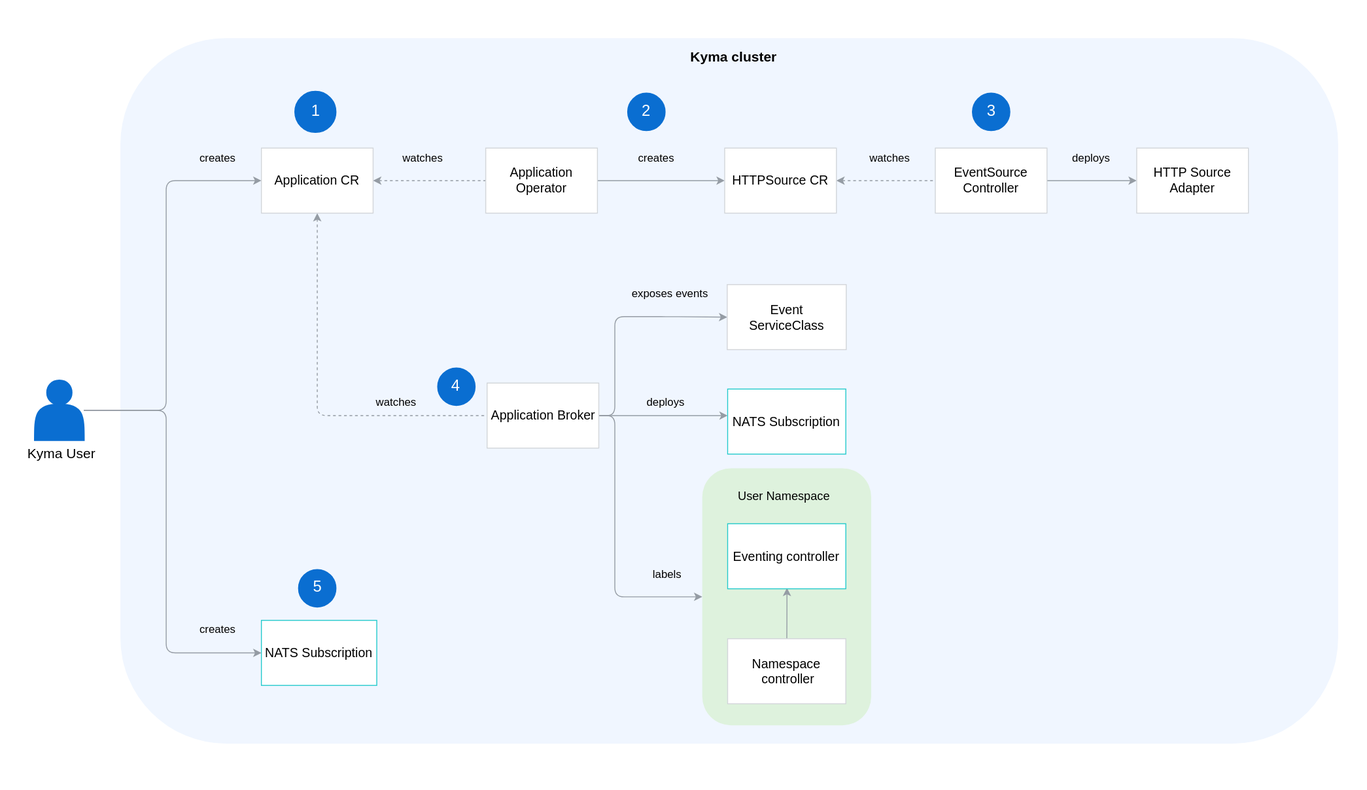
Before: docs/05-technical-reference/03-architecture/assets/evnt-architecture.svg, a diagram exported from draw.io (kyma-project/kyma). Source tidied: cells renumbered, new cells last; positions are measured from the earlier drawing's top-left corner, leaving out a move shared by most shapes.
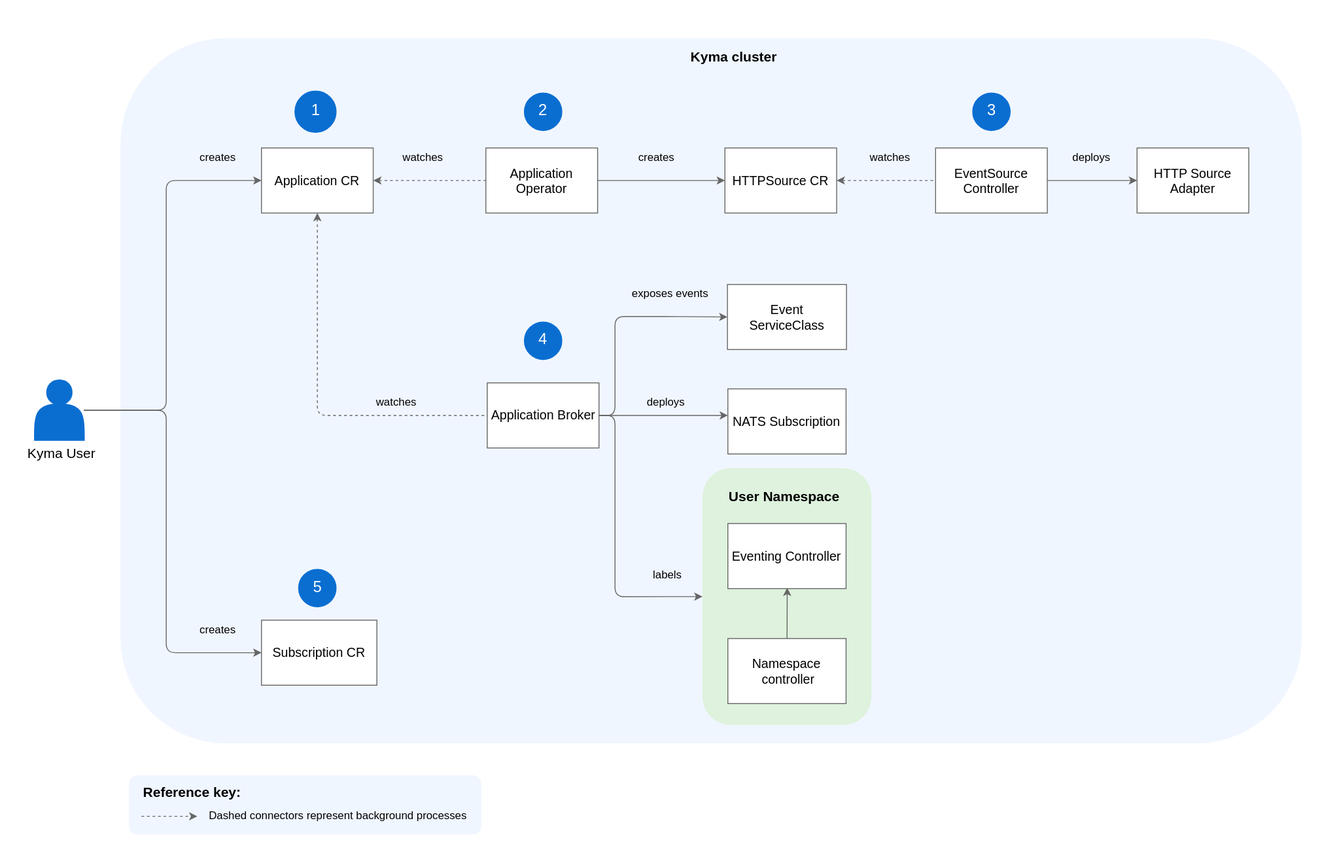
The same file after the commit.

Diff of the diagram source:
```diff
@@ -3,10 +3,10 @@
     <mxCell id="0" />
     <mxCell id="1" parent="0" />
     <mxCell id="2" style="rounded=0;whiteSpace=wrap;html=1;verticalAlign=top;fontSize=18;strokeWidth=2;strokeColor=none;" parent="1" vertex="1">
-      <mxGeometry width="1490" height="860" as="geometry" />
+      <mxGeometry width="1460" height="940" as="geometry" />
     </mxCell>
     <mxCell id="3" style="rounded=1;whiteSpace=wrap;html=1;fillColor=#F0F6FF;strokeColor=none;" parent="1" vertex="1">
-      <mxGeometry x="130" y="40" width="1330" height="770" as="geometry" />
+      <mxGeometry x="130" y="40" width="1290" height="770" as="geometry" />
     </mxCell>
     <mxCell id="4" style="rounded=1;whiteSpace=wrap;html=1;verticalAlign=top;fillColor=#DEF2DD;arcSize=17;strokeColor=none;" parent="1" vertex="1">
       <mxGeometry x="765.5" y="509.5" width="184.5" height="280.5" as="geometry" />
@@ -32,23 +32,23 @@
     <mxCell id="9" value="&lt;font style=&quot;font-size: 15px&quot;&gt;Kyma User&lt;/font&gt;" style="text;html=1;strokeColor=none;fillColor=none;align=center;verticalAlign=middle;whiteSpace=wrap;rounded=0;" parent="7" vertex="1">
       <mxGeometry x="6.2" y="69.5" width="100" height="20" as="geometry" />
     </mxCell>
-    <mxCell id="10" style="edgeStyle=orthogonalEdgeStyle;rounded=1;jettySize=auto;html=1;startArrow=classic;startFill=1;endArrow=none;endFill=0;dashed=1;strokeColor=#959CA4;exitX=0.5;exitY=1;exitDx=0;exitDy=0;entryX=0;entryY=0.5;entryDx=0;entryDy=0;" parent="1" edge="1" source="12" target="16">
+    <mxCell id="10" style="edgeStyle=orthogonalEdgeStyle;rounded=1;jettySize=auto;html=1;startArrow=classic;startFill=1;endArrow=none;endFill=0;dashed=1;exitX=0.5;exitY=1;exitDx=0;exitDy=0;entryX=0;entryY=0.5;entryDx=0;entryDy=0;strokeColor=#666666;" parent="1" edge="1" source="12" target="16">
       <mxGeometry relative="1" as="geometry">
         <Array as="points">
           <mxPoint x="345" y="452" />
         </Array>
       </mxGeometry>
     </mxCell>
-    <mxCell id="11" style="edgeStyle=orthogonalEdgeStyle;rounded=1;jettySize=auto;html=1;startArrow=classic;startFill=1;endArrow=none;endFill=0;entryX=0;entryY=0.5;entryDx=0;entryDy=0;dashed=1;strokeColor=#959CA4;" parent="1" edge="1" source="12" target="22">
+    <mxCell id="11" style="edgeStyle=orthogonalEdgeStyle;rounded=1;jettySize=auto;html=1;startArrow=classic;startFill=1;endArrow=none;endFill=0;entryX=0;entryY=0.5;entryDx=0;entryDy=0;dashed=1;strokeColor=#666666;" parent="1" edge="1" source="12" target="22">
       <mxGeometry relative="1" as="geometry" />
     </mxCell>
-    <mxCell id="12" value="&lt;font style=&quot;font-size: 14px&quot;&gt;Application CR&lt;/font&gt;" style="rounded=0;whiteSpace=wrap;html=1;strokeColor=#D2D5D9;strokeWidth=1;fillColor=#ffffff;fontSize=14;" parent="1" vertex="1">
+    <mxCell id="12" value="&lt;font style=&quot;font-size: 14px&quot;&gt;Application CR&lt;/font&gt;" style="rounded=0;whiteSpace=wrap;html=1;strokeWidth=1;fillColor=#ffffff;fontSize=14;strokeColor=#666666;" parent="1" vertex="1">
       <mxGeometry x="284" y="160" width="122" height="71" as="geometry" />
     </mxCell>
-    <mxCell id="13" style="edgeStyle=orthogonalEdgeStyle;rounded=1;jettySize=auto;html=1;startArrow=none;startFill=0;endArrow=classic;endFill=1;strokeColor=#959CA4;entryX=0;entryY=0.408;entryDx=0;entryDy=0;entryPerimeter=0;" parent="1" edge="1" source="16" target="17">
+    <mxCell id="13" style="edgeStyle=orthogonalEdgeStyle;rounded=1;jettySize=auto;html=1;startArrow=none;startFill=0;endArrow=classic;endFill=1;entryX=0;entryY=0.408;entryDx=0;entryDy=0;entryPerimeter=0;strokeColor=#666666;" parent="1" edge="1" source="16" target="17">
       <mxGeometry relative="1" as="geometry" />
     </mxCell>
-    <mxCell id="14" style="edgeStyle=orthogonalEdgeStyle;rounded=1;jettySize=auto;html=1;entryX=0;entryY=0.5;entryDx=0;entryDy=0;startArrow=none;startFill=0;strokeColor=#959CA4;" parent="1" edge="1" source="16" target="18">
+    <mxCell id="14" style="edgeStyle=orthogonalEdgeStyle;rounded=1;jettySize=auto;html=1;entryX=0;entryY=0.5;entryDx=0;entryDy=0;startArrow=none;startFill=0;strokeColor=#666666;" parent="1" edge="1" source="16" target="18">
       <mxGeometry relative="1" as="geometry">
         <Array as="points">
           <mxPoint x="670" y="452" />
@@ -57,7 +57,7 @@
         </Array>
       </mxGeometry>
     </mxCell>
-    <mxCell id="15" style="edgeStyle=orthogonalEdgeStyle;rounded=1;jettySize=auto;html=1;entryX=0;entryY=0.5;entryDx=0;entryDy=0;strokeColor=#959CA4;" parent="1" edge="1" source="16" target="4">
+    <mxCell id="15" style="edgeStyle=orthogonalEdgeStyle;rounded=1;jettySize=auto;html=1;entryX=0;entryY=0.5;entryDx=0;entryDy=0;strokeColor=#666666;" parent="1" edge="1" source="16" target="4">
       <mxGeometry relative="1" as="geometry">
         <Array as="points">
           <mxPoint x="670" y="452" />
@@ -65,34 +65,34 @@
         </Array>
       </mxGeometry>
     </mxCell>
-    <mxCell id="16" value="&lt;font style=&quot;font-size: 14px;&quot;&gt;Application Broker&lt;/font&gt;" style="rounded=0;whiteSpace=wrap;html=1;strokeColor=#D2D5D9;strokeWidth=1;fillColor=#ffffff;fontSize=14;" parent="1" vertex="1">
+    <mxCell id="16" value="&lt;font style=&quot;font-size: 14px;&quot;&gt;Application Broker&lt;/font&gt;" style="rounded=0;whiteSpace=wrap;html=1;strokeWidth=1;fillColor=#ffffff;fontSize=14;strokeColor=#666666;" parent="1" vertex="1">
       <mxGeometry x="530.5" y="416.5" width="122" height="71" as="geometry" />
     </mxCell>
-    <mxCell id="17" value="&lt;font style=&quot;font-size: 14px&quot;&gt;NATS Subscription&lt;/font&gt;" style="rounded=0;whiteSpace=wrap;html=1;strokeColor=#24CACC;strokeWidth=1;fillColor=#ffffff;fontSize=14;" parent="1" vertex="1">
+    <mxCell id="17" value="&lt;font style=&quot;font-size: 14px&quot;&gt;NATS Subscription&lt;/font&gt;" style="rounded=0;whiteSpace=wrap;html=1;strokeWidth=1;fillColor=#ffffff;fontSize=14;strokeColor=#666666;" parent="1" vertex="1">
       <mxGeometry x="793.2" y="423" width="129.1" height="71" as="geometry" />
     </mxCell>
-    <mxCell id="18" value="Event&lt;br&gt;ServiceClass" style="rounded=0;whiteSpace=wrap;html=1;strokeColor=#D2D5D9;strokeWidth=1;fillColor=#ffffff;fontSize=14;" parent="1" vertex="1">
+    <mxCell id="18" value="Event&lt;br&gt;ServiceClass" style="rounded=0;whiteSpace=wrap;html=1;strokeWidth=1;fillColor=#ffffff;fontSize=14;strokeColor=#666666;" parent="1" vertex="1">
       <mxGeometry x="792.8" y="309" width="130" height="71" as="geometry" />
     </mxCell>
-    <mxCell id="19" value="&lt;font style=&quot;font-size: 14px&quot;&gt;NATS Subscription&lt;/font&gt;" style="rounded=0;whiteSpace=wrap;html=1;strokeColor=#24CACC;strokeWidth=1;fillColor=#ffffff;fontSize=14;" parent="1" vertex="1">
+    <mxCell id="19" value="&lt;font style=&quot;font-size: 14px&quot;&gt;Subscription CR&lt;/font&gt;" style="rounded=0;whiteSpace=wrap;html=1;strokeWidth=1;fillColor=#ffffff;fontSize=14;strokeColor=#666666;" parent="1" vertex="1">
       <mxGeometry x="284" y="675.5" width="126" height="71" as="geometry" />
     </mxCell>
     <mxCell id="20" value="watches" style="text;html=1;align=center;verticalAlign=middle;" parent="1" vertex="1">
       <mxGeometry x="400.9" y="427.8" width="60" height="20" as="geometry" />
     </mxCell>
-    <mxCell id="21" style="edgeStyle=orthogonalEdgeStyle;rounded=1;jettySize=auto;html=1;startArrow=none;startFill=0;endArrow=classic;endFill=1;strokeColor=#959CA4;" parent="1" edge="1" source="22" target="24">
+    <mxCell id="21" style="edgeStyle=orthogonalEdgeStyle;rounded=1;jettySize=auto;html=1;startArrow=none;startFill=0;endArrow=classic;endFill=1;strokeColor=#666666;" parent="1" edge="1" source="22" target="24">
       <mxGeometry relative="1" as="geometry" />
     </mxCell>
-    <mxCell id="22" value="&lt;font style=&quot;font-size: 14px;&quot;&gt;Application&lt;br style=&quot;font-size: 14px;&quot;&gt;Operator&lt;br style=&quot;font-size: 14px;&quot;&gt;&lt;/font&gt;" style="rounded=0;whiteSpace=wrap;html=1;strokeColor=#D2D5D9;strokeWidth=1;fillColor=#ffffff;fontSize=14;" parent="1" vertex="1">
+    <mxCell id="22" value="&lt;font style=&quot;font-size: 14px;&quot;&gt;Application&lt;br style=&quot;font-size: 14px;&quot;&gt;Operator&lt;br style=&quot;font-size: 14px;&quot;&gt;&lt;/font&gt;" style="rounded=0;whiteSpace=wrap;html=1;strokeWidth=1;fillColor=#ffffff;fontSize=14;strokeColor=#666666;" parent="1" vertex="1">
       <mxGeometry x="529" y="160" width="122" height="71" as="geometry" />
     </mxCell>
-    <mxCell id="23" style="edgeStyle=orthogonalEdgeStyle;rounded=1;jettySize=auto;html=1;startArrow=classic;startFill=1;endArrow=none;endFill=0;dashed=1;strokeColor=#959CA4;" parent="1" edge="1" source="24" target="26">
+    <mxCell id="23" style="edgeStyle=orthogonalEdgeStyle;rounded=1;jettySize=auto;html=1;startArrow=classic;startFill=1;endArrow=none;endFill=0;dashed=1;strokeColor=#666666;" parent="1" edge="1" source="24" target="26">
       <mxGeometry relative="1" as="geometry" />
     </mxCell>
-    <mxCell id="24" value="&lt;font style=&quot;font-size: 14px&quot;&gt;HTTPSource CR&lt;br style=&quot;font-size: 14px&quot;&gt;&lt;/font&gt;" style="rounded=0;whiteSpace=wrap;html=1;strokeColor=#D2D5D9;strokeWidth=1;fillColor=#ffffff;fontSize=14;" parent="1" vertex="1">
+    <mxCell id="24" value="&lt;font style=&quot;font-size: 14px&quot;&gt;HTTPSource CR&lt;br style=&quot;font-size: 14px&quot;&gt;&lt;/font&gt;" style="rounded=0;whiteSpace=wrap;html=1;strokeWidth=1;fillColor=#ffffff;fontSize=14;strokeColor=#666666;" parent="1" vertex="1">
       <mxGeometry x="790" y="160" width="122" height="71" as="geometry" />
     </mxCell>
-    <mxCell id="25" style="edgeStyle=orthogonalEdgeStyle;rounded=1;jettySize=auto;html=1;startArrow=none;startFill=0;endArrow=classic;endFill=1;strokeColor=#959CA4;" parent="1" edge="1" source="26" target="29">
+    <mxCell id="25" style="edgeStyle=orthogonalEdgeStyle;rounded=1;jettySize=auto;html=1;startArrow=none;startFill=0;endArrow=classic;endFill=1;strokeColor=#666666;" parent="1" edge="1" source="26" target="29">
       <mxGeometry relative="1" as="geometry">
         <Array as="points">
           <mxPoint x="1290" y="196" />
@@ -100,7 +100,7 @@
         </Array>
       </mxGeometry>
     </mxCell>
-    <mxCell id="26" value="&lt;font style=&quot;font-size: 14px&quot;&gt;EventSource Controller&lt;br style=&quot;font-size: 14px&quot;&gt;&lt;/font&gt;" style="rounded=0;whiteSpace=wrap;html=1;strokeColor=#D2D5D9;strokeWidth=1;fillColor=#ffffff;fontSize=14;" parent="1" vertex="1">
+    <mxCell id="26" value="&lt;font style=&quot;font-size: 14px&quot;&gt;EventSource Controller&lt;br style=&quot;font-size: 14px&quot;&gt;&lt;/font&gt;" style="rounded=0;whiteSpace=wrap;html=1;strokeWidth=1;fillColor=#ffffff;fontSize=14;strokeColor=#666666;" parent="1" vertex="1">
       <mxGeometry x="1020" y="160" width="122" height="71" as="geometry" />
     </mxCell>
     <mxCell id="27" value="creates" style="text;html=1;align=center;verticalAlign=middle;" parent="1" vertex="1">
@@ -109,7 +109,7 @@
     <mxCell id="28" value="watches" style="text;html=1;align=center;verticalAlign=middle;strokeColor=none;" parent="1" vertex="1">
       <mxGeometry x="940" y="161" width="60" height="20" as="geometry" />
     </mxCell>
-    <mxCell id="29" value="&lt;font style=&quot;font-size: 14px&quot;&gt;HTTP Source Adapter&lt;br style=&quot;font-size: 14px&quot;&gt;&lt;/font&gt;" style="rounded=0;whiteSpace=wrap;html=1;strokeColor=#D2D5D9;strokeWidth=1;fillColor=#ffffff;fontSize=14;" parent="1" vertex="1">
+    <mxCell id="29" value="&lt;font style=&quot;font-size: 14px&quot;&gt;HTTP Source Adapter&lt;br style=&quot;font-size: 14px&quot;&gt;&lt;/font&gt;" style="rounded=0;whiteSpace=wrap;html=1;strokeWidth=1;fillColor=#ffffff;fontSize=14;strokeColor=#666666;" parent="1" vertex="1">
       <mxGeometry x="1240" y="160" width="122" height="71" as="geometry" />
     </mxCell>
     <mxCell id="30" value="creates" style="text;html=1;align=center;verticalAlign=middle;" parent="1" vertex="1">
@@ -121,15 +121,15 @@
     <mxCell id="32" value="deploys&amp;nbsp;" style="text;html=1;align=center;verticalAlign=middle;" parent="1" vertex="1">
       <mxGeometry x="697" y="427.8" width="60" height="20" as="geometry" />
     </mxCell>
-    <mxCell id="33" style="edgeStyle=orthogonalEdgeStyle;rounded=1;jettySize=auto;html=1;strokeColor=#959CA4;startArrow=classic;startFill=1;endArrow=none;endFill=0;" parent="1" edge="1" target="35">
+    <mxCell id="33" style="edgeStyle=orthogonalEdgeStyle;rounded=1;jettySize=auto;html=1;startArrow=classic;startFill=1;endArrow=none;endFill=0;strokeColor=#666666;" parent="1" edge="1" target="35">
       <mxGeometry relative="1" as="geometry">
         <mxPoint x="858" y="640" as="sourcePoint" />
       </mxGeometry>
     </mxCell>
-    <mxCell id="34" value="&lt;font style=&quot;font-size: 14px&quot;&gt;Eventing controller&lt;/font&gt;" style="rounded=0;whiteSpace=wrap;html=1;strokeColor=#24CACC;strokeWidth=1;fillColor=#ffffff;fontSize=14;" parent="1" vertex="1">
+    <mxCell id="34" value="&lt;font style=&quot;font-size: 14px&quot;&gt;Eventing Controller&lt;/font&gt;" style="rounded=0;whiteSpace=wrap;html=1;strokeWidth=1;fillColor=#ffffff;fontSize=14;strokeColor=#666666;" parent="1" vertex="1">
       <mxGeometry x="793.2" y="570" width="129.1" height="71" as="geometry" />
     </mxCell>
-    <mxCell id="35" value="&lt;font style=&quot;font-size: 14px&quot;&gt;Namespace&lt;br&gt;&amp;nbsp;controller&lt;/font&gt;" style="rounded=0;whiteSpace=wrap;html=1;strokeColor=#D2D5D9;strokeWidth=1;fillColor=#ffffff;fontSize=14;" parent="1" vertex="1">
+    <mxCell id="35" value="&lt;font style=&quot;font-size: 14px&quot;&gt;Namespace&lt;br&gt;&amp;nbsp;controller&lt;/font&gt;" style="rounded=0;whiteSpace=wrap;html=1;strokeWidth=1;fillColor=#ffffff;fontSize=14;strokeColor=#666666;" parent="1" vertex="1">
       <mxGeometry x="793.2" y="695.5" width="129.1" height="71" as="geometry" />
     </mxCell>
     <mxCell id="36" value="labels" style="text;html=1;align=center;verticalAlign=middle;" parent="1" vertex="1">
@@ -142,7 +142,7 @@
       <mxGeometry x="320.5" y="98" width="45" height="45" as="geometry" />
     </mxCell>
     <mxCell id="39" value="&lt;div style=&quot;text-align: center&quot;&gt;&lt;span style=&quot;color: rgb(255 , 255 , 255)&quot;&gt;&lt;font style=&quot;font-size: 17px&quot;&gt;2&lt;/font&gt;&lt;/span&gt;&lt;/div&gt;" style="ellipse;whiteSpace=wrap;html=1;strokeColor=#0A6ED1;strokeWidth=1;fillColor=#0A6ED1;direction=south;" parent="1" vertex="1">
-      <mxGeometry x="684" y="100" width="40.9" height="40.9" as="geometry" />
+      <mxGeometry x="571" y="100" width="40.9" height="40.9" as="geometry" />
     </mxCell>
     <mxCell id="40" value="deploys" style="text;html=1;align=center;verticalAlign=middle;" parent="1" vertex="1">
       <mxGeometry x="1160" y="161" width="60" height="20" as="geometry" />
@@ -154,12 +154,12 @@
       <mxGeometry x="210.9" y="675.5" width="50" height="20" as="geometry" />
     </mxCell>
     <mxCell id="43" value="&lt;div style=&quot;text-align: center&quot;&gt;&lt;span style=&quot;color: rgb(255 , 255 , 255)&quot;&gt;&lt;font style=&quot;font-size: 17px&quot;&gt;4&lt;/font&gt;&lt;/span&gt;&lt;/div&gt;" style="ellipse;whiteSpace=wrap;html=1;strokeColor=#0A6ED1;strokeWidth=1;fillColor=#0A6ED1;direction=south;" parent="1" vertex="1">
-      <mxGeometry x="476.5" y="400" width="40.9" height="40.9" as="geometry" />
+      <mxGeometry x="571" y="350" width="40.9" height="40.9" as="geometry" />
     </mxCell>
     <mxCell id="44" value="&lt;div style=&quot;text-align: center&quot;&gt;&lt;span style=&quot;color: rgb(255 , 255 , 255)&quot;&gt;&lt;font style=&quot;font-size: 17px&quot;&gt;5&lt;/font&gt;&lt;/span&gt;&lt;/div&gt;" style="ellipse;whiteSpace=wrap;html=1;strokeColor=#0A6ED1;strokeWidth=1;fillColor=#0A6ED1;direction=south;" parent="1" vertex="1">
       <mxGeometry x="324.5" y="620" width="40.9" height="40.9" as="geometry" />
     </mxCell>
-    <mxCell id="45" style="edgeStyle=orthogonalEdgeStyle;rounded=1;jettySize=auto;html=1;entryX=0;entryY=0.5;entryDx=0;entryDy=0;fontSize=18;strokeColor=#959CA4;" parent="1" edge="1" source="8" target="19">
+    <mxCell id="45" style="edgeStyle=orthogonalEdgeStyle;rounded=1;jettySize=auto;html=1;entryX=0;entryY=0.5;entryDx=0;entryDy=0;fontSize=18;strokeColor=#666666;" parent="1" edge="1" source="8" target="19">
       <mxGeometry relative="1" as="geometry">
         <Array as="points">
           <mxPoint x="180" y="446" />
@@ -167,7 +167,7 @@
         </Array>
       </mxGeometry>
     </mxCell>
-    <mxCell id="46" style="edgeStyle=orthogonalEdgeStyle;rounded=1;jettySize=auto;html=1;entryX=0;entryY=0.5;entryDx=0;entryDy=0;fontSize=18;strokeColor=#959CA4;" parent="1" edge="1" source="8" target="12">
+    <mxCell id="46" style="edgeStyle=orthogonalEdgeStyle;rounded=1;jettySize=auto;html=1;entryX=0;entryY=0.5;entryDx=0;entryDy=0;fontSize=18;strokeColor=#666666;" parent="1" edge="1" source="8" target="12">
       <mxGeometry relative="1" as="geometry">
         <Array as="points">
           <mxPoint x="180" y="446" />
@@ -178,8 +178,23 @@
     <mxCell id="47" value="&lt;font style=&quot;font-size: 15px&quot;&gt;&lt;b&gt;Kyma cluster&lt;/b&gt;&lt;/font&gt;" style="text;html=1;strokeColor=none;fillColor=none;align=center;verticalAlign=middle;whiteSpace=wrap;rounded=0;" parent="1" vertex="1">
       <mxGeometry x="700" y="50" width="200" height="20" as="geometry" />
     </mxCell>
-    <mxCell id="48" value="&lt;font style=&quot;font-size: 13px&quot;&gt;User Namespace&lt;/font&gt;" style="text;html=1;strokeColor=none;fillColor=none;align=center;verticalAlign=middle;whiteSpace=wrap;rounded=0;" parent="1" vertex="1">
+    <mxCell id="48" value="&lt;font style=&quot;font-size: 15px&quot;&gt;&lt;b&gt;User Namespace&lt;/b&gt;&lt;/font&gt;" style="text;html=1;strokeColor=none;fillColor=none;align=center;verticalAlign=middle;whiteSpace=wrap;rounded=0;" parent="1" vertex="1">
       <mxGeometry x="790" y="530" width="130" height="20" as="geometry" />
     </mxCell>
+    <mxCell id="49" style="rounded=1;whiteSpace=wrap;html=1;strokeColor=none;fillColor=#F0F6FF;direction=east;rotation=-90;arcSize=14;" parent="1" vertex="1">
+      <mxGeometry x="299.4" y="684.9" width="64.5" height="384.6" as="geometry" />
+    </mxCell>
+    <mxCell id="50" value="&lt;font style=&quot;font-size: 15px&quot;&gt;&lt;b&gt;Reference key:&lt;/b&gt;&lt;/font&gt;" style="text;html=1;strokeColor=none;fillColor=none;align=center;verticalAlign=middle;whiteSpace=wrap;rounded=0;direction=east;rotation=0;" parent="1" vertex="1">
+      <mxGeometry x="152" y="852.5" width="113" height="20" as="geometry" />
+    </mxCell>
+    <mxCell id="51" value="&lt;div&gt;&lt;span&gt;Dashed connectors represent background processes&lt;/span&gt;&lt;/div&gt;" style="text;html=1;strokeColor=none;fillColor=none;align=left;verticalAlign=middle;whiteSpace=wrap;rounded=0;" parent="1" vertex="1">
+      <mxGeometry x="224.5" y="872.5" width="306" height="33" as="geometry" />
+    </mxCell>
+    <mxCell id="52" style="endArrow=classic;html=1;dashed=1;strokeWidth=1;strokeColor=#666666;" parent="1" edge="1">
+      <mxGeometry relative="1" as="geometry">
+        <mxPoint x="153" y="889.5" as="sourcePoint" />
+        <mxPoint x="214" y="889.5" as="targetPoint" />
+      </mxGeometry>
+    </mxCell>
   </root>
 </mxGraphModel>
```
